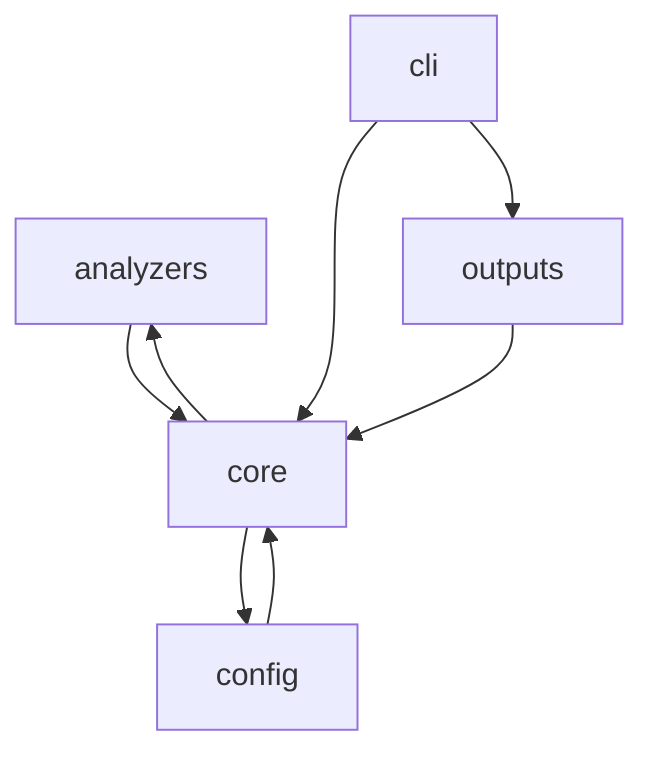
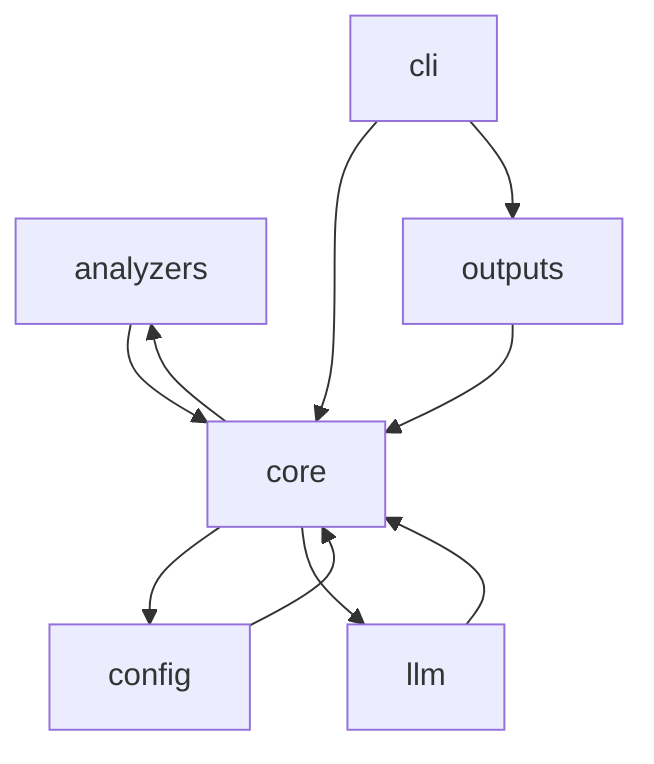
graph TD
  analyzers["analyzers"] --> core["core"]
  cli["cli"] --> core["core"]
  cli["cli"] --> outputs["outputs"]
  config["config"] --> core["core"]
  core["core"] --> analyzers["analyzers"]
  core["core"] --> config["config"]
+   core["core"] --> llm["llm"]
+   llm["llm"] --> core["core"]
  outputs["outputs"] --> core["core"]
